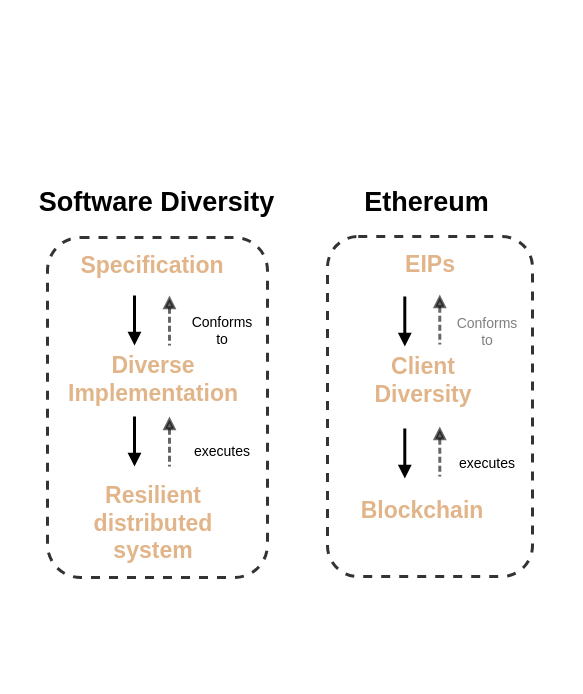
Earlier version of the draw.io diagram flow_sd_eth.drawio (nala7/eth_client_diversity). Source tidied: cells renumbered, new cells numbered last; positions are measured from the earlier drawing's top-left corner, leaving out a move shared by most shapes. Both pictures are drawn from the tidied source at 100%, with x=0, y=0 at pixel (17, 17).
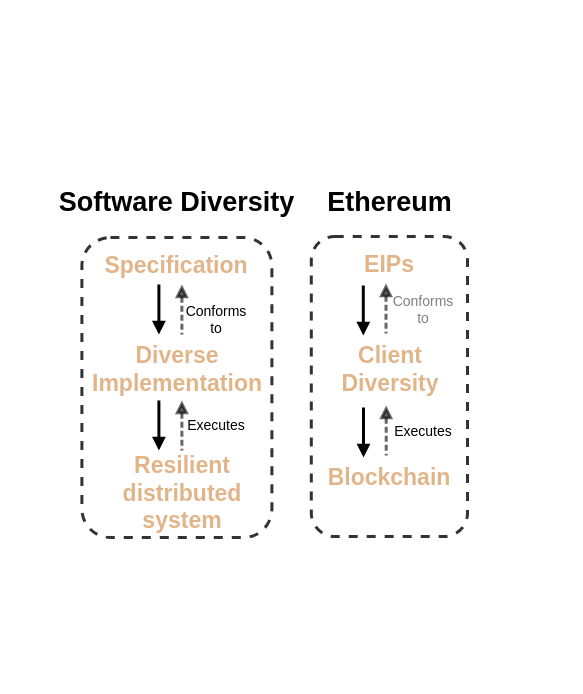
The same page after the edit.

Change to the diagram source:
```diff
@@
     <mxCell id="2" style="rounded=1;whiteSpace=wrap;html=1;strokeColor=light-dark(#000000,#00CCCC);fillColor=light-dark(#FFFFFF,#CCFFFF);strokeWidth=3;dashed=1;opacity=80;" parent="1" vertex="1">
-      <mxGeometry x="310" y="219" width="205" height="340" as="geometry" />
+      <mxGeometry x="293.8" y="219" width="156.2" height="300" as="geometry" />
     </mxCell>
     <mxCell id="3" value="&lt;div style=&quot;&quot;&gt;&lt;span style=&quot;background-color: transparent; font-size: 23px;&quot;&gt;&lt;font style=&quot;color: light-dark(rgb(225, 181, 137), rgb(26, 56, 55));&quot;&gt;&lt;b style=&quot;&quot;&gt;EIPs&lt;/b&gt;&lt;/font&gt;&lt;/span&gt;&lt;/div&gt;" style="text;whiteSpace=wrap;html=1;align=center;" parent="1" vertex="1">
-      <mxGeometry x="352.5" y="227" width="120" height="50" as="geometry" />
+      <mxGeometry x="311.9" y="227" width="120" height="50" as="geometry" />
     </mxCell>
     <mxCell id="4" value="&lt;div style=&quot;text-align: center;&quot;&gt;&lt;span style=&quot;background-color: transparent; font-size: 23px;&quot;&gt;&lt;font style=&quot;color: light-dark(rgb(225, 181, 137), rgb(26, 56, 55));&quot;&gt;&lt;b style=&quot;&quot;&gt;Client Diversity&lt;/b&gt;&lt;/font&gt;&lt;/span&gt;&lt;/div&gt;" style="text;whiteSpace=wrap;html=1;" parent="1" vertex="1">
-      <mxGeometry x="325" y="329" width="160" height="50" as="geometry" />
+      <mxGeometry x="291.9" y="318" width="160" height="50" as="geometry" />
     </mxCell>
     <mxCell id="5" value="&lt;div style=&quot;&quot;&gt;&lt;span style=&quot;background-color: transparent; font-size: 23px;&quot;&gt;&lt;font style=&quot;color: light-dark(rgb(225, 181, 137), rgb(26, 56, 55));&quot;&gt;&lt;b style=&quot;&quot;&gt;Blockchain&lt;/b&gt;&lt;/font&gt;&lt;/span&gt;&lt;/div&gt;" style="text;whiteSpace=wrap;html=1;align=center;" parent="1" vertex="1">
-      <mxGeometry x="300" y="473" width="210" height="50" as="geometry" />
+      <mxGeometry x="309.1" y="440" width="125.6" height="50" as="geometry" />
     </mxCell>
     <mxCell id="6" style="group;" parent="1" vertex="1">
-      <mxGeometry x="20" width="230" height="660" as="geometry" />
+      <mxGeometry x="20" width="234.4" height="660" as="geometry" />
     </mxCell>
     <mxCell id="7" style="rounded=1;whiteSpace=wrap;html=1;strokeColor=light-dark(#000000,#FF8000);fillColor=light-dark(#FFFFFF,#FFE6CC);strokeWidth=3;dashed=1;opacity=80;" parent="6" vertex="1">
-      <mxGeometry x="10" y="220" width="220" height="340" as="geometry" />
+      <mxGeometry x="44.4" y="220" width="190" height="300" as="geometry" />
     </mxCell>
     <mxCell id="8" value="&lt;div style=&quot;&quot;&gt;&lt;span style=&quot;background-color: transparent; font-size: 23px;&quot;&gt;&lt;font color=&quot;#e1b589&quot;&gt;&lt;b&gt;Specification&lt;/b&gt;&lt;/font&gt;&lt;/span&gt;&lt;/div&gt;" style="text;whiteSpace=wrap;html=1;align=center;" parent="6" vertex="1">
-      <mxGeometry x="15" y="228" width="200" height="50" as="geometry" />
+      <mxGeometry x="39.4" y="228" width="200" height="50" as="geometry" />
     </mxCell>
     <mxCell id="9" value="&lt;div style=&quot;text-align: center;&quot;&gt;&lt;span style=&quot;background-color: transparent; font-size: 23px;&quot;&gt;&lt;font color=&quot;#e1b589&quot;&gt;&lt;b&gt;Diverse Implementation&lt;/b&gt;&lt;/font&gt;&lt;/span&gt;&lt;/div&gt;" style="text;whiteSpace=wrap;html=1;" parent="6" vertex="1">
-      <mxGeometry x="15" y="328" width="200" height="50" as="geometry" />
+      <mxGeometry x="39.4" y="318" width="200" height="50" as="geometry" />
     </mxCell>
     <mxCell id="10" value="&lt;div style=&quot;text-align: center;&quot;&gt;&lt;span style=&quot;background-color: transparent; font-size: 23px;&quot;&gt;&lt;font color=&quot;#e1b589&quot;&gt;&lt;b&gt;Resilient distributed&lt;/b&gt;&lt;/font&gt;&lt;/span&gt;&lt;/div&gt;&lt;div style=&quot;text-align: center;&quot;&gt;&lt;span style=&quot;background-color: transparent; font-size: 23px;&quot;&gt;&lt;font color=&quot;#e1b589&quot;&gt;&lt;b&gt;system&lt;/b&gt;&lt;/font&gt;&lt;/span&gt;&lt;/div&gt;" style="text;whiteSpace=wrap;html=1;" parent="6" vertex="1">
-      <mxGeometry x="10" y="458" width="210" height="101" as="geometry" />
+      <mxGeometry x="79.4" y="428" width="130" height="100" as="geometry" />
     </mxCell>
     <mxCell id="11" value="&lt;font style=&quot;color: light-dark(rgb(0, 0, 0), rgb(128, 128, 128)); font-size: 14px;&quot;&gt;Conforms to&lt;/font&gt;" style="text;html=1;whiteSpace=wrap;strokeColor=none;fillColor=none;align=center;verticalAlign=middle;rounded=0;" parent="6" vertex="1">
-      <mxGeometry x="150" y="298" width="70" height="30" as="geometry" />
+      <mxGeometry x="144.4" y="287" width="70" height="30" as="geometry" />
     </mxCell>
     <mxCell id="12" style="group;" parent="6" vertex="1">
-      <mxGeometry x="97" y="278" width="35" height="50" as="geometry" />
+      <mxGeometry x="121.4" y="267" width="23" height="50" as="geometry" />
     </mxCell>
@@
     <mxCell id="14" style="endArrow=none;html=1;rounded=0;entryX=0.5;entryY=0;entryDx=0;entryDy=0;exitX=0.5;exitY=1;exitDx=0;exitDy=0;strokeColor=light-dark(#000000,#FF8001);strokeWidth=3;endFill=0;dashed=1;startArrow=block;startFill=1;dashPattern=2 1 2 1;opacity=60;" parent="12" edge="1">
       <mxGeometry relative="1" as="geometry">
-        <mxPoint x="35" as="sourcePoint" />
-        <mxPoint x="35" y="50" as="targetPoint" />
+        <mxPoint x="23" as="sourcePoint" />
+        <mxPoint x="23" y="50" as="targetPoint" />
       </mxGeometry>
     </mxCell>
     <mxCell id="15" style="group;" parent="6" vertex="1">
-      <mxGeometry x="97" y="399" width="35" height="50" as="geometry" />
+      <mxGeometry x="121.4" y="383" width="23" height="50" as="geometry" />
     </mxCell>
@@
     <mxCell id="17" style="endArrow=none;html=1;rounded=0;entryX=0.5;entryY=0;entryDx=0;entryDy=0;exitX=0.5;exitY=1;exitDx=0;exitDy=0;strokeColor=light-dark(#000000,#FF8001);strokeWidth=3;endFill=0;dashed=1;startArrow=block;startFill=1;dashPattern=2 1 2 1;opacity=60;" parent="15" edge="1">
       <mxGeometry relative="1" as="geometry">
-        <mxPoint x="35" as="sourcePoint" />
-        <mxPoint x="35" y="50" as="targetPoint" />
+        <mxPoint x="23" as="sourcePoint" />
+        <mxPoint x="23" y="50" as="targetPoint" />
       </mxGeometry>
     </mxCell>
-    <mxCell id="18" value="&lt;font style=&quot;color: light-dark(rgb(0, 0, 0), rgb(128, 128, 128)); font-size: 14px;&quot;&gt;executes&lt;/font&gt;" style="text;html=1;whiteSpace=wrap;strokeColor=none;fillColor=none;align=center;verticalAlign=middle;rounded=0;" parent="6" vertex="1">
-      <mxGeometry x="155" y="419" width="60" height="30" as="geometry" />
+    <mxCell id="18" value="&lt;font style=&quot;color: light-dark(rgb(0, 0, 0), rgb(128, 128, 128)); font-size: 14px;&quot;&gt;E&lt;/font&gt;&lt;span style=&quot;color: light-dark(rgb(0, 0, 0), rgb(128, 128, 128)); font-size: 14px; background-color: transparent;&quot;&gt;xecutes&lt;/span&gt;" style="text;html=1;whiteSpace=wrap;strokeColor=none;fillColor=none;align=center;verticalAlign=middle;rounded=0;" parent="6" vertex="1">
+      <mxGeometry x="149.4" y="393" width="60" height="30" as="geometry" />
     </mxCell>
-    <mxCell id="19" value="&lt;font style=&quot;color: light-dark(rgb(0, 0, 0), rgb(77, 77, 77)); font-size: 27px;&quot;&gt;&lt;b style=&quot;&quot;&gt;Software Diversity&lt;/b&gt;&lt;/font&gt;" style="text;html=1;whiteSpace=wrap;strokeColor=none;fillColor=none;align=center;verticalAlign=middle;rounded=0;" parent="1" vertex="1">
-      <mxGeometry y="170" width="278.8" height="30" as="geometry" />
+    <mxCell id="19" value="&lt;font style=&quot;color: light-dark(rgb(0, 0, 0), rgb(77, 77, 77)); font-size: 27px;&quot;&gt;&lt;b style=&quot;&quot;&gt;Software Diversity&lt;/b&gt;&lt;/font&gt;" style="text;html=1;whiteSpace=wrap;strokeColor=none;fillColor=none;align=center;verticalAlign=middle;rounded=0;" parent="6" vertex="1">
+      <mxGeometry x="20" y="170" width="238.8" height="30" as="geometry" />
     </mxCell>
     <mxCell id="20" value="&lt;font style=&quot;color: light-dark(rgb(0, 0, 0), rgb(77, 77, 77)); font-size: 27px;&quot;&gt;&lt;b style=&quot;&quot;&gt;Ethereum&lt;/b&gt;&lt;/font&gt;" style="text;html=1;whiteSpace=wrap;strokeColor=none;fillColor=none;align=center;verticalAlign=middle;rounded=0;" parent="1" vertex="1">
-      <mxGeometry x="270" y="170" width="278.8" height="30" as="geometry" />
+      <mxGeometry x="297.5" y="170" width="148.8" height="30" as="geometry" />
     </mxCell>
     <mxCell id="21" value="&lt;span style=&quot;color: rgb(128, 128, 128); font-size: 14px;&quot;&gt;Conforms to&lt;/span&gt;" style="text;html=1;whiteSpace=wrap;strokeColor=none;fillColor=none;align=center;verticalAlign=middle;rounded=0;direction=east;" parent="1" vertex="1">
-      <mxGeometry x="433" y="299" width="74" height="30" as="geometry" />
+      <mxGeometry x="368.8" y="277" width="74" height="30" as="geometry" />
     </mxCell>
     <mxCell id="22" style="group;direction=east;flipH=1;legacyAnchorPoints=0;" parent="1" vertex="1">
-      <mxGeometry x="387.3" y="277" width="35" height="52" as="geometry" />
+      <mxGeometry x="345.8" y="266" width="22.7" height="52" as="geometry" />
     </mxCell>
@@
     <mxCell id="24" style="endArrow=none;html=1;rounded=0;entryX=0.5;entryY=0;entryDx=0;entryDy=0;exitX=0.5;exitY=1;exitDx=0;exitDy=0;strokeColor=light-dark(#000000,#00CCCC);strokeWidth=3;endFill=0;dashed=1;startArrow=block;startFill=1;dashPattern=2 1 2 1;opacity=60;" parent="22" edge="1">
       <mxGeometry relative="1" as="geometry">
-        <mxPoint x="35" as="sourcePoint" />
-        <mxPoint x="35" y="50" as="targetPoint" />
+        <mxPoint x="22.7" as="sourcePoint" />
+        <mxPoint x="22.7" y="50" as="targetPoint" />
       </mxGeometry>
     </mxCell>
     <mxCell id="25" style="group;flipH=1;legacyAnchorPoints=0;" parent="1" vertex="1">
-      <mxGeometry x="387.3" y="409" width="35" height="52" as="geometry" />
+      <mxGeometry x="346" y="388" width="22.7" height="52" as="geometry" />
     </mxCell>
@@
     <mxCell id="27" style="endArrow=none;html=1;rounded=0;entryX=0.5;entryY=0;entryDx=0;entryDy=0;exitX=0.5;exitY=1;exitDx=0;exitDy=0;strokeColor=light-dark(#000000,#00CCCC);strokeWidth=3;endFill=0;dashed=1;startArrow=block;startFill=1;dashPattern=2 1 2 1;opacity=60;" parent="25" edge="1">
       <mxGeometry relative="1" as="geometry">
-        <mxPoint x="35" as="sourcePoint" />
-        <mxPoint x="35" y="50" as="targetPoint" />
+        <mxPoint x="22.7" as="sourcePoint" />
+        <mxPoint x="22.7" y="50" as="targetPoint" />
       </mxGeometry>
     </mxCell>
-    <mxCell id="28" value="&lt;font style=&quot;color: light-dark(rgb(0, 0, 0), rgb(128, 128, 128)); font-size: 14px;&quot;&gt;executes&lt;/font&gt;" style="text;html=1;whiteSpace=wrap;strokeColor=none;fillColor=none;align=center;verticalAlign=middle;rounded=0;" parent="1" vertex="1">
-      <mxGeometry x="440" y="431" width="60" height="30" as="geometry" />
+    <mxCell id="28" value="&lt;font style=&quot;color: light-dark(rgb(0, 0, 0), rgb(128, 128, 128)); font-size: 14px;&quot;&gt;Executes&lt;/font&gt;" style="text;html=1;whiteSpace=wrap;strokeColor=none;fillColor=none;align=center;verticalAlign=middle;rounded=0;" parent="1" vertex="1">
+      <mxGeometry x="375.8" y="399" width="60" height="30" as="geometry" />
     </mxCell>
```
